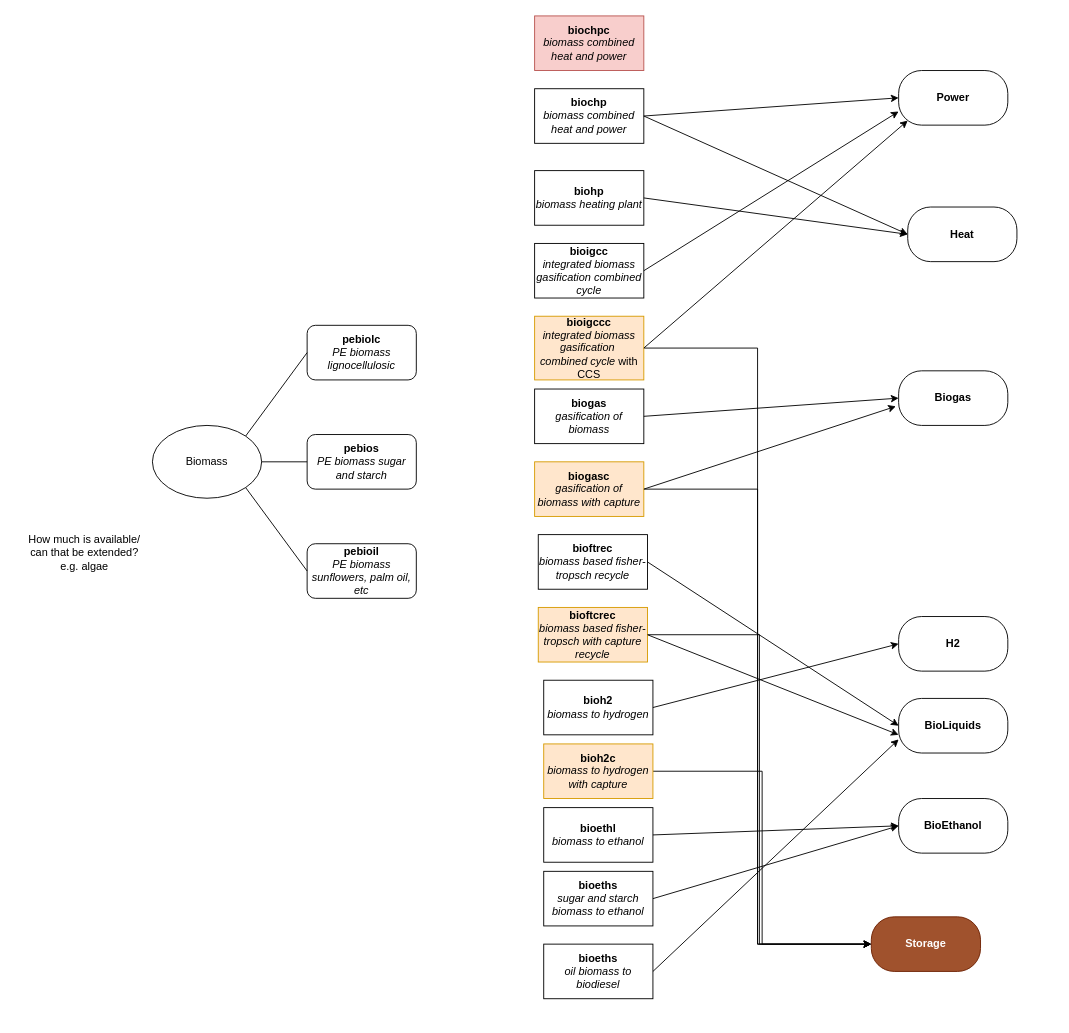
Earlier version of the draw.io diagram biomass.drawio (robertsalzwedel/carma). Source tidied: cells renumbered, new cells numbered last; positions are measured from the earlier drawing's top-left corner, leaving out a move shared by most shapes. Both pictures are drawn from the tidied source at 91%, with x=0, y=0 at pixel (15, 15).
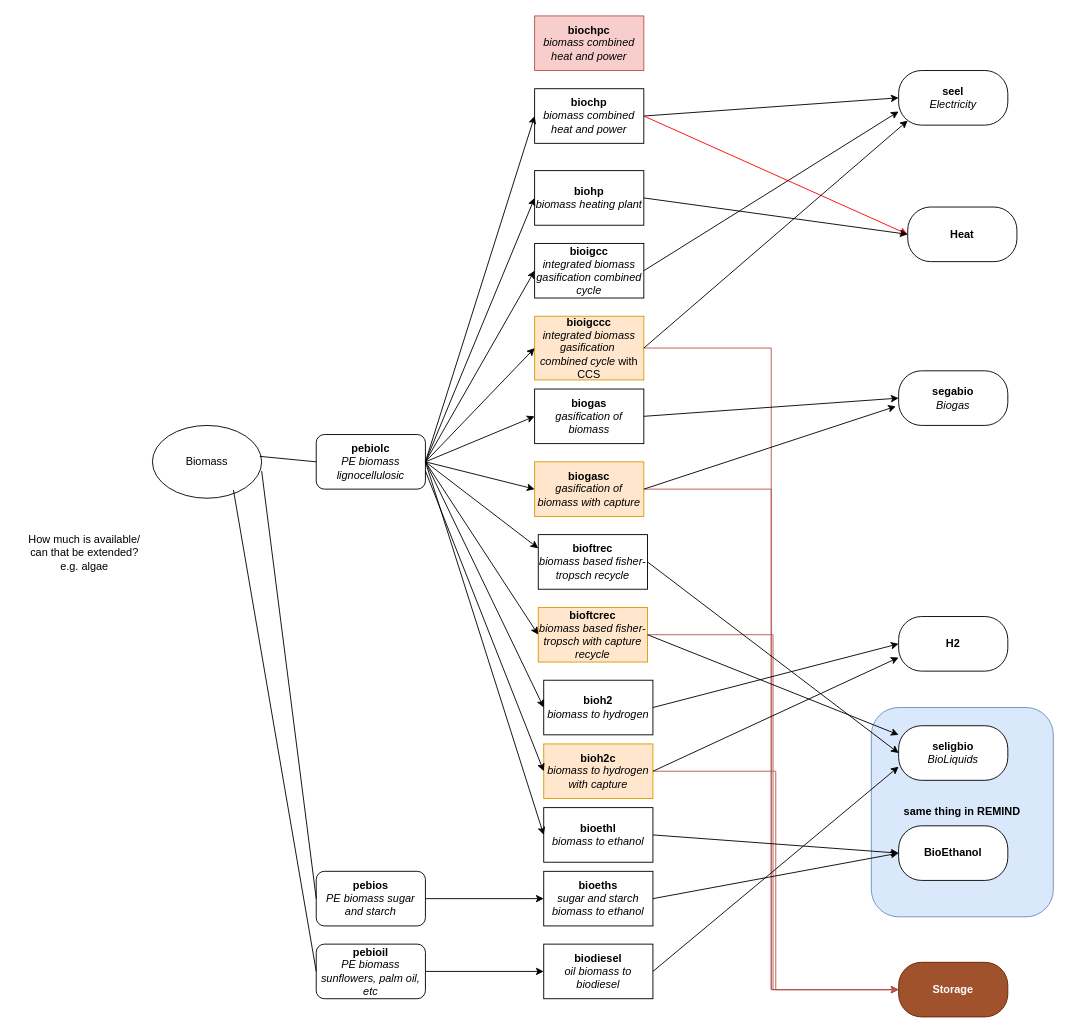
Above is the later version.

The change refers to these unchanged cells:
```xml
<mxCell id="3" value="Biomass" style="ellipse;whiteSpace=wrap;html=1;" parent="1" vertex="1">
  <mxGeometry x="150" y="450" width="120" height="80" as="geometry" />
</mxCell>
<mxCell id="4" value="&lt;div&gt;&lt;b&gt;biochp&lt;/b&gt;&lt;/div&gt;&lt;div&gt;&lt;i&gt;biomass combined heat and power&lt;b&gt;&lt;br&gt;&lt;/b&gt;&lt;/i&gt;&lt;/div&gt;" style="rounded=0;whiteSpace=wrap;html=1;" parent="1" vertex="1">
  <mxGeometry x="570" y="80" width="120" height="60" as="geometry" />
</mxCell>
<mxCell id="6" value="&lt;b&gt;Heat&lt;/b&gt;" style="rounded=1;whiteSpace=wrap;html=1;arcSize=42;" parent="1" vertex="1">
  <mxGeometry x="980" y="210" width="120" height="60" as="geometry" />
</mxCell>
<mxCell id="7" value="&lt;div&gt;&lt;b&gt;biohp&lt;/b&gt;&lt;/div&gt;&lt;div&gt;&lt;i&gt;biomass heating plant&lt;b&gt;&lt;br&gt;&lt;/b&gt;&lt;/i&gt;&lt;/div&gt;" style="rounded=0;whiteSpace=wrap;html=1;" parent="1" vertex="1">
  <mxGeometry x="570" y="170" width="120" height="60" as="geometry" />
</mxCell>
<mxCell id="8" value="&lt;div&gt;&lt;b&gt;bioigcc&lt;/b&gt;&lt;/div&gt;&lt;div&gt;&lt;i&gt;integrated biomass gasification combined cycle&lt;b&gt;&lt;br&gt;&lt;/b&gt;&lt;/i&gt;&lt;/div&gt;" style="rounded=0;whiteSpace=wrap;html=1;" parent="1" vertex="1">
  <mxGeometry x="570" y="250" width="120" height="60" as="geometry" />
</mxCell>
<mxCell id="10" value="&lt;div&gt;&lt;b&gt;bioigccc&lt;/b&gt;&lt;/div&gt;&lt;div&gt;&lt;i&gt;integrated biomass gasification&amp;nbsp; combined cycle&lt;b&gt; &lt;/b&gt;&lt;/i&gt;with CCS&lt;i&gt;&lt;b&gt;&lt;br&gt;&lt;/b&gt;&lt;/i&gt;&lt;/div&gt;" style="rounded=0;whiteSpace=wrap;html=1;fillColor=#ffe6cc;strokeColor=#d79b00;" parent="1" vertex="1">
  <mxGeometry x="570" y="330" width="120" height="70" as="geometry" />
</mxCell>
<mxCell id="11" value="&lt;div&gt;&lt;b&gt;biogas&lt;/b&gt;&lt;/div&gt;&lt;div&gt;&lt;i&gt;gasification of biomass &lt;/i&gt;&lt;i&gt;&lt;b&gt;&lt;br&gt;&lt;/b&gt;&lt;/i&gt;&lt;/div&gt;" style="rounded=0;whiteSpace=wrap;html=1;" parent="1" vertex="1">
  <mxGeometry x="570" y="410" width="120" height="60" as="geometry" />
</mxCell>
<mxCell id="13" value="&lt;div&gt;&lt;b&gt;biogasc&lt;/b&gt;&lt;/div&gt;&lt;div&gt;&lt;i&gt;gasification of biomass with capture&lt;b&gt;&lt;br&gt;&lt;/b&gt;&lt;/i&gt;&lt;/div&gt;" style="rounded=0;whiteSpace=wrap;html=1;fillColor=#ffe6cc;strokeColor=#d79b00;" parent="1" vertex="1">
  <mxGeometry x="570" y="490" width="120" height="60" as="geometry" />
</mxCell>
<mxCell id="14" value="&lt;div&gt;&lt;b&gt;bioftrec&lt;/b&gt;&lt;/div&gt;&lt;div&gt;&lt;i&gt;biomass based fisher-tropsch recycle&lt;b&gt;&lt;br&gt;&lt;/b&gt;&lt;/i&gt;&lt;/div&gt;" style="rounded=0;whiteSpace=wrap;html=1;" parent="1" vertex="1">
  <mxGeometry x="574" y="570" width="120" height="60" as="geometry" />
</mxCell>
<mxCell id="16" value="&lt;div&gt;&lt;b&gt;bioftcrec&lt;/b&gt;&lt;/div&gt;&lt;div&gt;&lt;i&gt;biomass based fisher-tropsch with capture recycle&lt;b&gt;&lt;br&gt;&lt;/b&gt;&lt;/i&gt;&lt;/div&gt;" style="rounded=0;whiteSpace=wrap;html=1;fillColor=#ffe6cc;strokeColor=#d79b00;" parent="1" vertex="1">
  <mxGeometry x="574" y="650" width="120" height="60" as="geometry" />
</mxCell>
<mxCell id="17" value="&lt;div&gt;&lt;b&gt;bioh2&lt;/b&gt;&lt;/div&gt;&lt;div&gt;&lt;i&gt;biomass to hydrogen &lt;b&gt;&lt;br&gt;&lt;/b&gt;&lt;/i&gt;&lt;/div&gt;" style="rounded=0;whiteSpace=wrap;html=1;" parent="1" vertex="1">
  <mxGeometry x="580" y="730" width="120" height="60" as="geometry" />
</mxCell>
<mxCell id="19" value="&lt;div&gt;&lt;b&gt;bioh2c&lt;/b&gt;&lt;/div&gt;&lt;div&gt;&lt;i&gt;biomass to hydrogen with capture &lt;b&gt;&lt;br&gt;&lt;/b&gt;&lt;/i&gt;&lt;/div&gt;" style="rounded=0;whiteSpace=wrap;html=1;fillColor=#ffe6cc;strokeColor=#d79b00;" parent="1" vertex="1">
  <mxGeometry x="580" y="800" width="120" height="60" as="geometry" />
</mxCell>
<mxCell id="20" value="&lt;div&gt;&lt;b&gt;bioethl&lt;/b&gt;&lt;/div&gt;&lt;div&gt;&lt;i&gt;biomass to ethanol&lt;b&gt;&lt;br&gt;&lt;/b&gt;&lt;/i&gt;&lt;/div&gt;" style="rounded=0;whiteSpace=wrap;html=1;" parent="1" vertex="1">
  <mxGeometry x="580" y="870" width="120" height="60" as="geometry" />
</mxCell>
<mxCell id="21" value="&lt;div&gt;&lt;b&gt;bioeths&lt;/b&gt;&lt;/div&gt;&lt;div&gt;&lt;i&gt;sugar and starch biomass to ethanol&lt;b&gt;&lt;br&gt;&lt;/b&gt;&lt;/i&gt;&lt;/div&gt;" style="rounded=0;whiteSpace=wrap;html=1;" parent="1" vertex="1">
  <mxGeometry x="580" y="940" width="120" height="60" as="geometry" />
</mxCell>
<mxCell id="25" value="&lt;b&gt;H2&lt;/b&gt;" style="rounded=1;whiteSpace=wrap;html=1;arcSize=42;" parent="1" vertex="1">
  <mxGeometry x="970" y="660" width="120" height="60" as="geometry" />
</mxCell>
```

Diff of the diagram source:
```diff
@@
+    <mxCell id="48" value="same thing in REMIND" style="rounded=1;whiteSpace=wrap;html=1;fontStyle=1;fillColor=#dae8fc;strokeColor=#6c8ebf;" parent="1" vertex="1">
+      <mxGeometry x="940" y="760" width="200" height="230" as="geometry" />
+    </mxCell>
@@
-    <mxCell id="5" value="&lt;b&gt;Power&lt;br&gt;&lt;/b&gt;" style="rounded=1;whiteSpace=wrap;html=1;arcSize=42;" parent="1" vertex="1">
+    <mxCell id="5" value="&lt;div&gt;&lt;b&gt;seel&lt;/b&gt;&lt;/div&gt;&lt;div&gt;&lt;i&gt;Electricity&lt;b&gt;&lt;br&gt;&lt;/b&gt;&lt;/i&gt;&lt;/div&gt;" style="rounded=1;whiteSpace=wrap;html=1;arcSize=42;" parent="1" vertex="1">
       <mxGeometry x="970" y="60" width="120" height="60" as="geometry" />
     </mxCell>
@@
-    <mxCell id="9" style="edgeStyle=orthogonalEdgeStyle;rounded=0;jettySize=auto;html=1;entryX=0;entryY=0.5;entryDx=0;entryDy=0;" parent="1" edge="1" source="10" target="26">
+    <mxCell id="9" style="edgeStyle=orthogonalEdgeStyle;rounded=0;jettySize=auto;html=1;entryX=0;entryY=0.5;entryDx=0;entryDy=0;fillColor=#f8cecc;strokeColor=#b85450;" parent="1" edge="1" source="10" target="26">
       <mxGeometry relative="1" as="geometry" />
     </mxCell>
@@
-    <mxCell id="12" style="edgeStyle=orthogonalEdgeStyle;rounded=0;jettySize=auto;html=1;entryX=0;entryY=0.5;entryDx=0;entryDy=0;" parent="1" edge="1" source="13" target="26">
+    <mxCell id="12" style="edgeStyle=orthogonalEdgeStyle;rounded=0;jettySize=auto;html=1;entryX=0;entryY=0.5;entryDx=0;entryDy=0;fillColor=#f8cecc;strokeColor=#b85450;" parent="1" edge="1" source="13" target="26">
       <mxGeometry relative="1" as="geometry" />
     </mxCell>
@@
-    <mxCell id="15" style="edgeStyle=orthogonalEdgeStyle;rounded=0;jettySize=auto;html=1;entryX=0;entryY=0.5;entryDx=0;entryDy=0;" parent="1" edge="1" source="16" target="26">
+    <mxCell id="15" style="edgeStyle=orthogonalEdgeStyle;rounded=0;jettySize=auto;html=1;entryX=0;entryY=0.5;entryDx=0;entryDy=0;fillColor=#f8cecc;strokeColor=#b85450;" parent="1" edge="1" source="16" target="26">
       <mxGeometry relative="1" as="geometry" />
     </mxCell>
@@
-    <mxCell id="18" style="edgeStyle=orthogonalEdgeStyle;rounded=0;jettySize=auto;html=1;entryX=0;entryY=0.5;entryDx=0;entryDy=0;" parent="1" edge="1" source="19" target="26">
+    <mxCell id="18" style="edgeStyle=orthogonalEdgeStyle;rounded=0;jettySize=auto;html=1;entryX=0;entryY=0.5;entryDx=0;entryDy=0;fillColor=#f8cecc;strokeColor=#b85450;" parent="1" edge="1" source="19" target="26">
       <mxGeometry relative="1" as="geometry" />
     </mxCell>
@@
-    <mxCell id="22" value="&lt;div&gt;&lt;b&gt;bioeths&lt;/b&gt;&lt;/div&gt;&lt;div&gt;&lt;i&gt;oil biomass to biodiesel&lt;b&gt;&lt;br&gt;&lt;/b&gt;&lt;/i&gt;&lt;/div&gt;" style="rounded=0;whiteSpace=wrap;html=1;" parent="1" vertex="1">
+    <mxCell id="22" value="&lt;div&gt;&lt;b&gt;biodiesel&lt;/b&gt;&lt;/div&gt;&lt;div&gt;&lt;i&gt;oil biomass to biodiesel&lt;b&gt;&lt;br&gt;&lt;/b&gt;&lt;/i&gt;&lt;/div&gt;" style="rounded=0;whiteSpace=wrap;html=1;" parent="1" vertex="1">
       <mxGeometry x="580" y="1020" width="120" height="60" as="geometry" />
     </mxCell>
-    <mxCell id="23" value="&lt;b&gt;Biogas&lt;/b&gt;" style="rounded=1;whiteSpace=wrap;html=1;arcSize=42;" parent="1" vertex="1">
+    <mxCell id="23" value="&lt;div&gt;&lt;b&gt;segabio&lt;/b&gt;&lt;/div&gt;&lt;div&gt;&lt;i&gt;Biogas&lt;/i&gt;&lt;/div&gt;" style="rounded=1;whiteSpace=wrap;html=1;arcSize=42;" parent="1" vertex="1">
       <mxGeometry x="970" y="390" width="120" height="60" as="geometry" />
     </mxCell>
     <mxCell id="24" value="&lt;b&gt;BioEthanol&lt;/b&gt;" style="rounded=1;whiteSpace=wrap;html=1;arcSize=42;" parent="1" vertex="1">
-      <mxGeometry x="970" y="860" width="120" height="60" as="geometry" />
+      <mxGeometry x="970" y="890" width="120" height="60" as="geometry" />
     </mxCell>
@@
     <mxCell id="26" value="&lt;b&gt;Storage&lt;/b&gt;" style="rounded=1;whiteSpace=wrap;html=1;arcSize=42;fillColor=#a0522d;fontColor=#ffffff;strokeColor=#6D1F00;" parent="1" vertex="1">
-      <mxGeometry x="940" y="990" width="120" height="60" as="geometry" />
+      <mxGeometry x="970" y="1040" width="120" height="60" as="geometry" />
     </mxCell>
@@
-    <mxCell id="28" style="endArrow=classic;html=1;rounded=0;entryX=0;entryY=0.5;entryDx=0;entryDy=0;exitX=1;exitY=0.5;exitDx=0;exitDy=0;" parent="1" edge="1" source="4" target="6">
+    <mxCell id="28" style="endArrow=classic;html=1;rounded=0;entryX=0;entryY=0.5;entryDx=0;entryDy=0;exitX=1;exitY=0.5;exitDx=0;exitDy=0;strokeColor=#FF0000;" parent="1" edge="1" source="4" target="6">
       <mxGeometry relative="1" as="geometry" />
     </mxCell>
@@
-    <mxCell id="34" value="&lt;b&gt;BioLiquids&lt;/b&gt;" style="rounded=1;whiteSpace=wrap;html=1;arcSize=42;" parent="1" vertex="1">
-      <mxGeometry x="970" y="750" width="120" height="60" as="geometry" />
+    <mxCell id="34" value="&lt;b&gt;seligbio&lt;/b&gt;&lt;div&gt;&lt;i&gt;BioLiquids&lt;/i&gt;&lt;/div&gt;" style="rounded=1;whiteSpace=wrap;html=1;arcSize=42;" parent="1" vertex="1">
+      <mxGeometry x="970" y="780" width="120" height="60" as="geometry" />
     </mxCell>
@@
     <mxCell id="41" value="&lt;div&gt;&lt;b&gt;pebiolc&lt;/b&gt;&lt;/div&gt;&lt;div&gt;&lt;i&gt;PE biomass lignocellulosic&lt;/i&gt;&lt;br&gt;&lt;/div&gt;" style="rounded=1;whiteSpace=wrap;html=1;" parent="1" vertex="1">
-      <mxGeometry x="320" y="340" width="120" height="60" as="geometry" />
+      <mxGeometry x="330" y="460" width="120" height="60" as="geometry" />
     </mxCell>
     <mxCell id="42" value="&lt;div&gt;&lt;b&gt;pebios&lt;/b&gt;&lt;/div&gt;&lt;div&gt;&lt;i&gt;PE biomass sugar and starch&lt;/i&gt;&lt;br&gt;&lt;/div&gt;" style="rounded=1;whiteSpace=wrap;html=1;" parent="1" vertex="1">
-      <mxGeometry x="320" y="460" width="120" height="60" as="geometry" />
+      <mxGeometry x="330" y="940" width="120" height="60" as="geometry" />
     </mxCell>
     <mxCell id="43" value="&lt;div&gt;&lt;b&gt;pebioil&lt;/b&gt;&lt;/div&gt;&lt;div&gt;&lt;i&gt;PE biomass sunflowers, palm oil, etc&lt;b&gt;&lt;br&gt;&lt;/b&gt;&lt;/i&gt;&lt;/div&gt;" style="rounded=1;whiteSpace=wrap;html=1;" parent="1" vertex="1">
-      <mxGeometry x="320" y="580" width="120" height="60" as="geometry" />
+      <mxGeometry x="330" y="1020" width="120" height="60" as="geometry" />
     </mxCell>
-    <mxCell id="44" style="endArrow=none;html=1;rounded=0;entryX=0;entryY=0.5;entryDx=0;entryDy=0;exitX=1;exitY=0;exitDx=0;exitDy=0;" parent="1" edge="1" source="3" target="41">
+    <mxCell id="44" style="endArrow=none;html=1;rounded=0;entryX=0;entryY=0.5;entryDx=0;entryDy=0;exitX=0.983;exitY=0.425;exitDx=0;exitDy=0;exitPerimeter=0;" parent="1" edge="1" source="3" target="41">
       <mxGeometry relative="1" as="geometry" />
     </mxCell>
-    <mxCell id="45" style="endArrow=none;html=1;rounded=0;entryX=0;entryY=0.5;entryDx=0;entryDy=0;exitX=1;exitY=1;exitDx=0;exitDy=0;" parent="1" edge="1" source="3" target="43">
+    <mxCell id="45" style="endArrow=none;html=1;rounded=0;entryX=0;entryY=0.5;entryDx=0;entryDy=0;exitX=0.742;exitY=0.888;exitDx=0;exitDy=0;exitPerimeter=0;" parent="1" edge="1" source="3" target="43">
       <mxGeometry relative="1" as="geometry" />
     </mxCell>
-    <mxCell id="46" style="endArrow=none;html=1;rounded=0;entryX=0;entryY=0.5;entryDx=0;entryDy=0;exitX=1;exitY=0.5;exitDx=0;exitDy=0;" parent="1" edge="1" source="3" target="42">
+    <mxCell id="46" style="endArrow=none;html=1;rounded=0;entryX=0;entryY=0.5;entryDx=0;entryDy=0;exitX=1;exitY=0.625;exitDx=0;exitDy=0;exitPerimeter=0;" parent="1" edge="1" source="3" target="42">
       <mxGeometry relative="1" as="geometry" />
     </mxCell>
@@
+    <mxCell id="49" style="endArrow=classic;html=1;rounded=0;exitX=1;exitY=0.5;exitDx=0;exitDy=0;entryX=0;entryY=0.5;entryDx=0;entryDy=0;" parent="1" edge="1" source="42" target="21">
+      <mxGeometry relative="1" as="geometry" />
+    </mxCell>
+    <mxCell id="50" style="endArrow=classic;html=1;rounded=0;exitX=1;exitY=0.5;exitDx=0;exitDy=0;entryX=0;entryY=0.5;entryDx=0;entryDy=0;" parent="1" edge="1" source="43" target="22">
+      <mxGeometry relative="1" as="geometry" />
+    </mxCell>
+    <mxCell id="51" style="endArrow=classic;html=1;rounded=0;exitX=1;exitY=0.5;exitDx=0;exitDy=0;entryX=0;entryY=0.5;entryDx=0;entryDy=0;" parent="1" edge="1" source="41" target="13">
+      <mxGeometry relative="1" as="geometry" />
+    </mxCell>
+    <mxCell id="52" style="endArrow=classic;html=1;rounded=0;exitX=1;exitY=0.5;exitDx=0;exitDy=0;entryX=0;entryY=0.5;entryDx=0;entryDy=0;" parent="1" edge="1" target="4">
+      <mxGeometry relative="1" as="geometry">
+        <mxPoint x="450" y="490" as="sourcePoint" />
+      </mxGeometry>
+    </mxCell>
+    <mxCell id="53" style="endArrow=classic;html=1;rounded=0;entryX=0;entryY=0.5;entryDx=0;entryDy=0;" parent="1" edge="1" target="7">
+      <mxGeometry relative="1" as="geometry">
+        <mxPoint x="450" y="490" as="sourcePoint" />
+      </mxGeometry>
+    </mxCell>
+    <mxCell id="54" style="endArrow=classic;html=1;rounded=0;exitX=1;exitY=0.5;exitDx=0;exitDy=0;entryX=0;entryY=0.5;entryDx=0;entryDy=0;" parent="1" edge="1" source="41" target="8">
+      <mxGeometry relative="1" as="geometry" />
+    </mxCell>
+    <mxCell id="55" style="endArrow=classic;html=1;rounded=0;exitX=1;exitY=0.5;exitDx=0;exitDy=0;entryX=0;entryY=0.5;entryDx=0;entryDy=0;" parent="1" edge="1" source="41" target="10">
+      <mxGeometry relative="1" as="geometry" />
+    </mxCell>
+    <mxCell id="56" style="endArrow=classic;html=1;rounded=0;exitX=1;exitY=0.5;exitDx=0;exitDy=0;entryX=0;entryY=0.5;entryDx=0;entryDy=0;" parent="1" edge="1" source="41" target="11">
+      <mxGeometry relative="1" as="geometry" />
+    </mxCell>
+    <mxCell id="57" style="endArrow=classic;html=1;rounded=0;entryX=0;entryY=0.25;entryDx=0;entryDy=0;" parent="1" edge="1" target="14">
+      <mxGeometry relative="1" as="geometry">
+        <mxPoint x="450" y="490" as="sourcePoint" />
+      </mxGeometry>
+    </mxCell>
+    <mxCell id="58" style="endArrow=classic;html=1;rounded=0;entryX=0;entryY=0.5;entryDx=0;entryDy=0;" parent="1" edge="1" target="16">
+      <mxGeometry relative="1" as="geometry">
+        <mxPoint x="450" y="490" as="sourcePoint" />
+      </mxGeometry>
+    </mxCell>
+    <mxCell id="59" style="endArrow=classic;html=1;rounded=0;entryX=0;entryY=0.5;entryDx=0;entryDy=0;exitX=1;exitY=0.5;exitDx=0;exitDy=0;" parent="1" edge="1" source="41" target="17">
+      <mxGeometry relative="1" as="geometry" />
+    </mxCell>
+    <mxCell id="60" style="endArrow=classic;html=1;rounded=0;entryX=0;entryY=0.5;entryDx=0;entryDy=0;exitX=1;exitY=0.667;exitDx=0;exitDy=0;exitPerimeter=0;" parent="1" edge="1" source="41" target="19">
+      <mxGeometry relative="1" as="geometry" />
+    </mxCell>
+    <mxCell id="61" style="endArrow=classic;html=1;rounded=0;entryX=0;entryY=0.5;entryDx=0;entryDy=0;" parent="1" edge="1" target="20">
+      <mxGeometry relative="1" as="geometry">
+        <mxPoint x="450" y="490" as="sourcePoint" />
+      </mxGeometry>
+    </mxCell>
+    <mxCell id="62" style="endArrow=classic;html=1;rounded=0;entryX=0;entryY=0.75;entryDx=0;entryDy=0;exitX=1;exitY=0.5;exitDx=0;exitDy=0;" parent="1" edge="1" source="19" target="25">
+      <mxGeometry relative="1" as="geometry" />
+    </mxCell>
```
